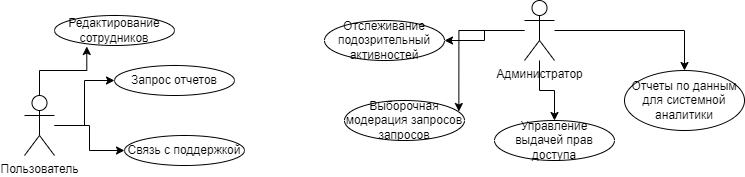
The draw.io diagram 6трпо1.drawio.png in Malginn/Labs_TSU, before a commit. Source tidied: cells renumbered, new cells last; positions are measured from the earlier drawing's top-left corner, leaving out a move shared by most shapes.
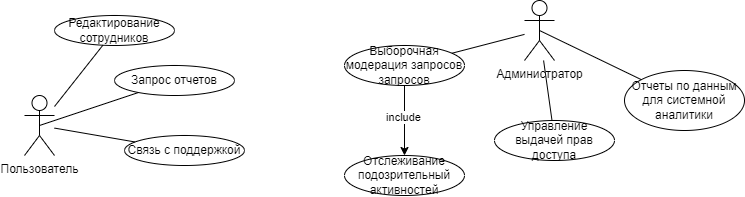
Later version of the same file.

Change to the diagram source:
```diff
@@ -2,12 +2,6 @@
   <root>
     <mxCell id="0" />
     <mxCell id="1" parent="0" />
-    <mxCell id="2" style="edgeStyle=orthogonalEdgeStyle;rounded=0;jettySize=auto;html=1;" parent="1" edge="1" source="4" target="7">
-      <mxGeometry relative="1" as="geometry" />
-    </mxCell>
-    <mxCell id="3" style="edgeStyle=orthogonalEdgeStyle;rounded=0;jettySize=auto;html=1;" parent="1" edge="1" source="4" target="6">
-      <mxGeometry relative="1" as="geometry" />
-    </mxCell>
     <mxCell id="4" value="Пользователь" style="shape=umlActor;verticalLabelPosition=bottom;verticalAlign=top;html=1;outlineConnect=0;" parent="1" vertex="1">
       <mxGeometry y="95" width="30" height="60" as="geometry" />
     </mxCell>
@@ -20,35 +14,44 @@
     <mxCell id="7" value="Связь с поддержкой" style="ellipse;whiteSpace=wrap;html=1;" parent="1" vertex="1">
       <mxGeometry x="100" y="135" width="120" height="30" as="geometry" />
     </mxCell>
-    <mxCell id="8" style="edgeStyle=orthogonalEdgeStyle;rounded=0;jettySize=auto;html=1;entryX=0.269;entryY=1.033;entryDx=0;entryDy=0;entryPerimeter=0;" parent="1" edge="1" source="4" target="5">
-      <mxGeometry relative="1" as="geometry" />
-    </mxCell>
-    <mxCell id="9" style="edgeStyle=orthogonalEdgeStyle;rounded=0;jettySize=auto;html=1;" parent="1" edge="1" source="12" target="13">
-      <mxGeometry relative="1" as="geometry" />
-    </mxCell>
-    <mxCell id="10" style="edgeStyle=orthogonalEdgeStyle;rounded=0;jettySize=auto;html=1;entryX=0.5;entryY=0;entryDx=0;entryDy=0;" parent="1" edge="1" source="12" target="15">
-      <mxGeometry relative="1" as="geometry" />
-    </mxCell>
-    <mxCell id="11" style="edgeStyle=orthogonalEdgeStyle;rounded=0;jettySize=auto;html=1;" parent="1" edge="1" source="12" target="17">
-      <mxGeometry relative="1" as="geometry" />
-    </mxCell>
     <mxCell id="12" value="Администратор" style="shape=umlActor;verticalLabelPosition=bottom;verticalAlign=top;html=1;outlineConnect=0;" parent="1" vertex="1">
       <mxGeometry x="500" width="30" height="60" as="geometry" />
     </mxCell>
     <mxCell id="13" value="Отслеживание подозрительный активностей" style="ellipse;whiteSpace=wrap;html=1;" parent="1" vertex="1">
-      <mxGeometry x="300" y="20" width="120" height="40" as="geometry" />
+      <mxGeometry x="320" y="155" width="120" height="40" as="geometry" />
     </mxCell>
+    <mxCell id="18" style="edgeStyle=orthogonalEdgeStyle;rounded=0;jettySize=auto;html=1;" parent="1" edge="1" source="14" target="13">
+      <mxGeometry relative="1" as="geometry" />
+    </mxCell>
+    <mxCell id="19" value="include" style="edgeLabel;html=1;align=center;verticalAlign=middle;" parent="18" vertex="1">
+      <mxGeometry x="-0.11" y="-2" relative="1" as="geometry" />
+    </mxCell>
     <mxCell id="14" value="Выборочная модерация запросов запросов" style="ellipse;whiteSpace=wrap;html=1;" parent="1" vertex="1">
-      <mxGeometry x="320" y="100" width="120" height="40" as="geometry" />
+      <mxGeometry x="320" y="45" width="120" height="40" as="geometry" />
     </mxCell>
     <mxCell id="15" value="Управление выдачей прав доступа" style="ellipse;whiteSpace=wrap;html=1;" parent="1" vertex="1">
       <mxGeometry x="470" y="120" width="120" height="40" as="geometry" />
     </mxCell>
-    <mxCell id="16" style="edgeStyle=orthogonalEdgeStyle;rounded=0;jettySize=auto;html=1;entryX=0.953;entryY=0.275;entryDx=0;entryDy=0;entryPerimeter=0;" parent="1" edge="1" source="12" target="14">
-      <mxGeometry relative="1" as="geometry" />
-    </mxCell>
     <mxCell id="17" value="Отчеты по данным для системной аналитики" style="ellipse;whiteSpace=wrap;html=1;" parent="1" vertex="1">
       <mxGeometry x="600" y="70" width="120" height="60" as="geometry" />
     </mxCell>
+    <mxCell id="20" style="endArrow=none;html=1;rounded=0;" parent="1" edge="1" source="14" target="12">
+      <mxGeometry relative="1" as="geometry" />
+    </mxCell>
+    <mxCell id="21" style="endArrow=none;html=1;rounded=0;" parent="1" edge="1" source="15" target="12">
+      <mxGeometry relative="1" as="geometry" />
+    </mxCell>
+    <mxCell id="22" style="endArrow=none;html=1;rounded=0;entryX=0.5;entryY=0.5;entryDx=0;entryDy=0;entryPerimeter=0;" parent="1" edge="1" source="17" target="12">
+      <mxGeometry relative="1" as="geometry" />
+    </mxCell>
+    <mxCell id="3" style="endArrow=none;html=1;rounded=0;exitX=0.5;exitY=0.5;exitDx=0;exitDy=0;exitPerimeter=0;" parent="1" edge="1" source="4" target="6">
+      <mxGeometry relative="1" as="geometry" />
+    </mxCell>
+    <mxCell id="8" style="endArrow=none;html=1;rounded=0;" parent="1" edge="1" source="4" target="5">
+      <mxGeometry relative="1" as="geometry" />
+    </mxCell>
+    <mxCell id="2" style="endArrow=none;html=1;rounded=0;" parent="1" edge="1" source="4" target="7">
+      <mxGeometry relative="1" as="geometry" />
+    </mxCell>
   </root>
 </mxGraphModel>
```
